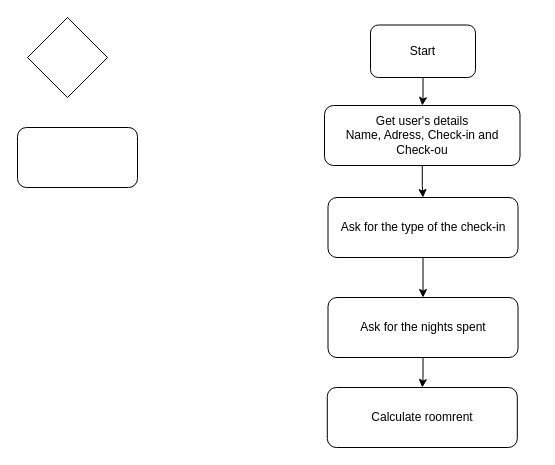
Above: assets/Hotel Management System UML.drawio in ouhoy/hotel_management_system (draw.io), before the change. Source tidied: cells renumbered, new cells numbered last; positions are measured from the earlier drawing's top-left corner, leaving out a move shared by most shapes. Both pictures are drawn from the tidied source at 100%, with x=0, y=0 at pixel (17, 17).
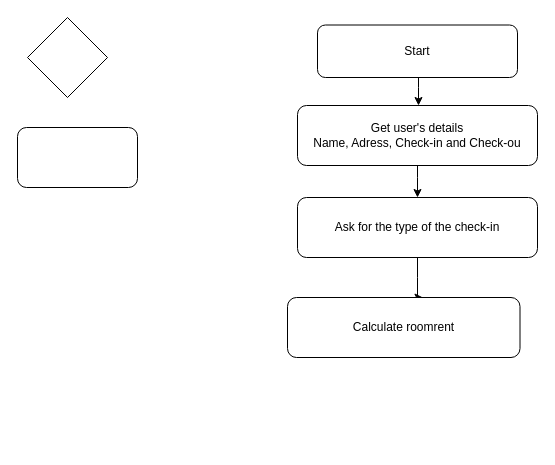
After the change.

Diff of the diagram source:
```diff
@@
 <mxGraphModel>
   <root>
     <mxCell id="0" />
     <mxCell id="1" parent="0" />
     <mxCell id="2" style="edgeStyle=orthogonalEdgeStyle;rounded=0;jettySize=auto;html=1;" parent="1" edge="1" source="3" target="7">
-      <mxGeometry relative="1" as="geometry" />
+      <mxGeometry relative="1" as="geometry">
+        <Array as="points">
+          <mxPoint x="401" y="70" />
+          <mxPoint x="401" y="70" />
+        </Array>
+      </mxGeometry>
     </mxCell>
     <mxCell id="3" value="Start" style="rounded=1;whiteSpace=wrap;html=1;" parent="1" vertex="1">
-      <mxGeometry x="353" y="7.5" width="105" height="52.5" as="geometry" />
+      <mxGeometry x="300" y="7.5" width="200" height="52.5" as="geometry" />
     </mxCell>
     <mxCell id="4" style="rhombus;whiteSpace=wrap;html=1;" parent="1" vertex="1">
       <mxGeometry x="10" width="80" height="80" as="geometry" />
     </mxCell>
     <mxCell id="5" style="rounded=1;whiteSpace=wrap;html=1;" parent="1" vertex="1">
       <mxGeometry y="110" width="120" height="60" as="geometry" />
     </mxCell>
     <mxCell id="6" style="edgeStyle=orthogonalEdgeStyle;rounded=0;jettySize=auto;html=1;" parent="1" edge="1" source="7" target="9">
-      <mxGeometry relative="1" as="geometry" />
+      <mxGeometry relative="1" as="geometry">
+        <Array as="points">
+          <mxPoint x="400" y="160" />
+          <mxPoint x="400" y="160" />
+        </Array>
+      </mxGeometry>
     </mxCell>
     <mxCell id="7" value="Get user's details&lt;br&gt;Name, Adress, Check-in and Check-ou" style="whiteSpace=wrap;html=1;rounded=1;" parent="1" vertex="1">
-      <mxGeometry x="307" y="88" width="195.5" height="60" as="geometry" />
+      <mxGeometry x="280" y="88" width="240" height="60" as="geometry" />
     </mxCell>
-    <mxCell id="8" style="edgeStyle=orthogonalEdgeStyle;rounded=0;jettySize=auto;html=1;" parent="1" edge="1" source="9" target="11">
-      <mxGeometry relative="1" as="geometry" />
+    <mxCell id="8" style="edgeStyle=orthogonalEdgeStyle;rounded=0;jettySize=auto;html=1;" parent="1" edge="1" source="9">
+      <mxGeometry relative="1" as="geometry">
+        <mxPoint x="405.5" y="280" as="targetPoint" />
+        <Array as="points">
+          <mxPoint x="400" y="260" />
+          <mxPoint x="400" y="280" />
+        </Array>
+      </mxGeometry>
     </mxCell>
     <mxCell id="9" value="Ask for the type of the check-in" style="whiteSpace=wrap;html=1;rounded=1;" parent="1" vertex="1">
-      <mxGeometry x="310.5" y="180" width="190" height="60" as="geometry" />
+      <mxGeometry x="280" y="180" width="240" height="60" as="geometry" />
     </mxCell>
-    <mxCell id="10" style="edgeStyle=orthogonalEdgeStyle;rounded=0;jettySize=auto;html=1;" parent="1" edge="1" source="11" target="12">
-      <mxGeometry relative="1" as="geometry" />
-    </mxCell>
-    <mxCell id="11" value="Ask for the nights spent" style="whiteSpace=wrap;html=1;rounded=1;" parent="1" vertex="1">
-      <mxGeometry x="310.5" y="280" width="190" height="60" as="geometry" />
-    </mxCell>
     <mxCell id="12" value="Calculate roomrent" style="whiteSpace=wrap;html=1;rounded=1;" parent="1" vertex="1">
-      <mxGeometry x="309.8" y="370" width="190" height="60" as="geometry" />
+      <mxGeometry x="270" y="280" width="232.5" height="60" as="geometry" />
     </mxCell>
   </root>
 </mxGraphModel>
```
